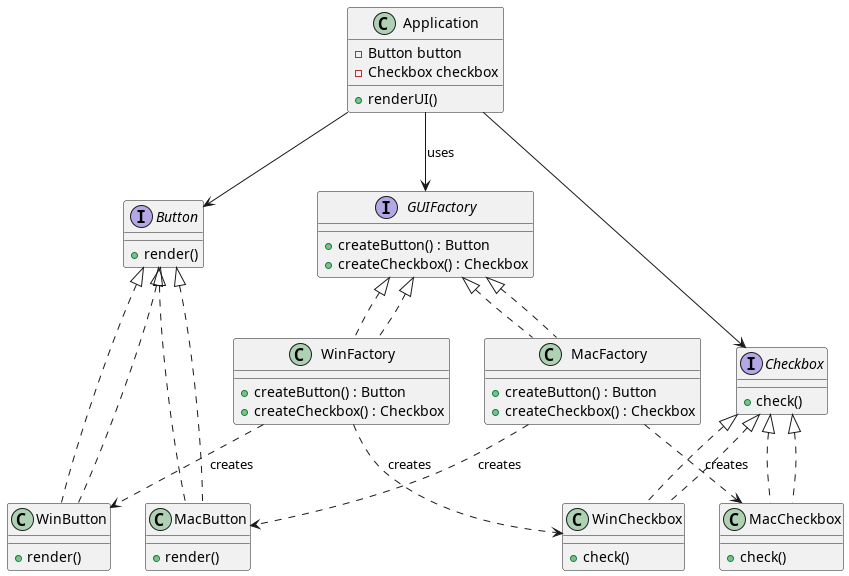
alfa-yohannis/pemrograman-berorientasi-objek keeps this PlantUML diagram as figures/out/factory_abstract.png. Above is the earlier version.
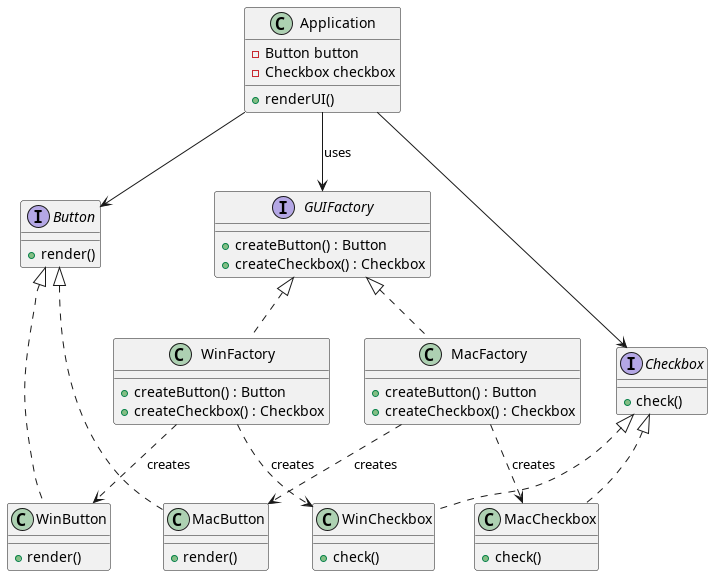
Later version of the same file.

The edit, as a diff of the source:
```diff
@@ -44,14 +44,8 @@
     + renderUI()
 }
 
-GUIFactory <|.. WinFactory
-GUIFactory <|.. MacFactory
 
-Button <|.. WinButton
-Button <|.. MacButton
 
-Checkbox <|.. WinCheckbox
-Checkbox <|.. MacCheckbox
 
 Application --> GUIFactory : uses
 Application --> Button
```
